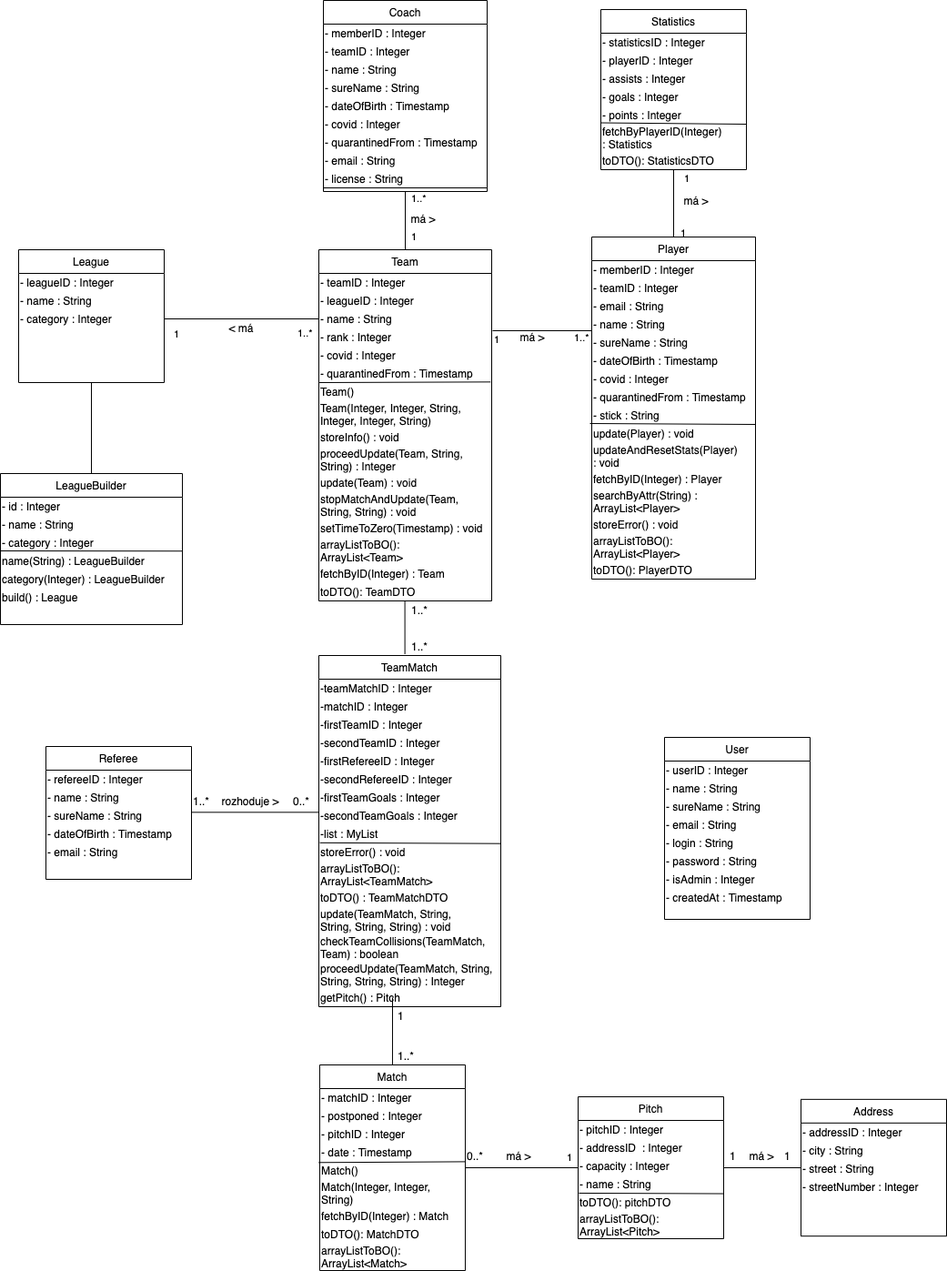
Earlier version of the draw.io export artefacts/class-business.png (alenamartinkova/cfbu-IS). Source tidied: cells renumbered, new cells last; positions are measured from the earlier drawing's top-left corner, leaving out a move shared by most shapes.
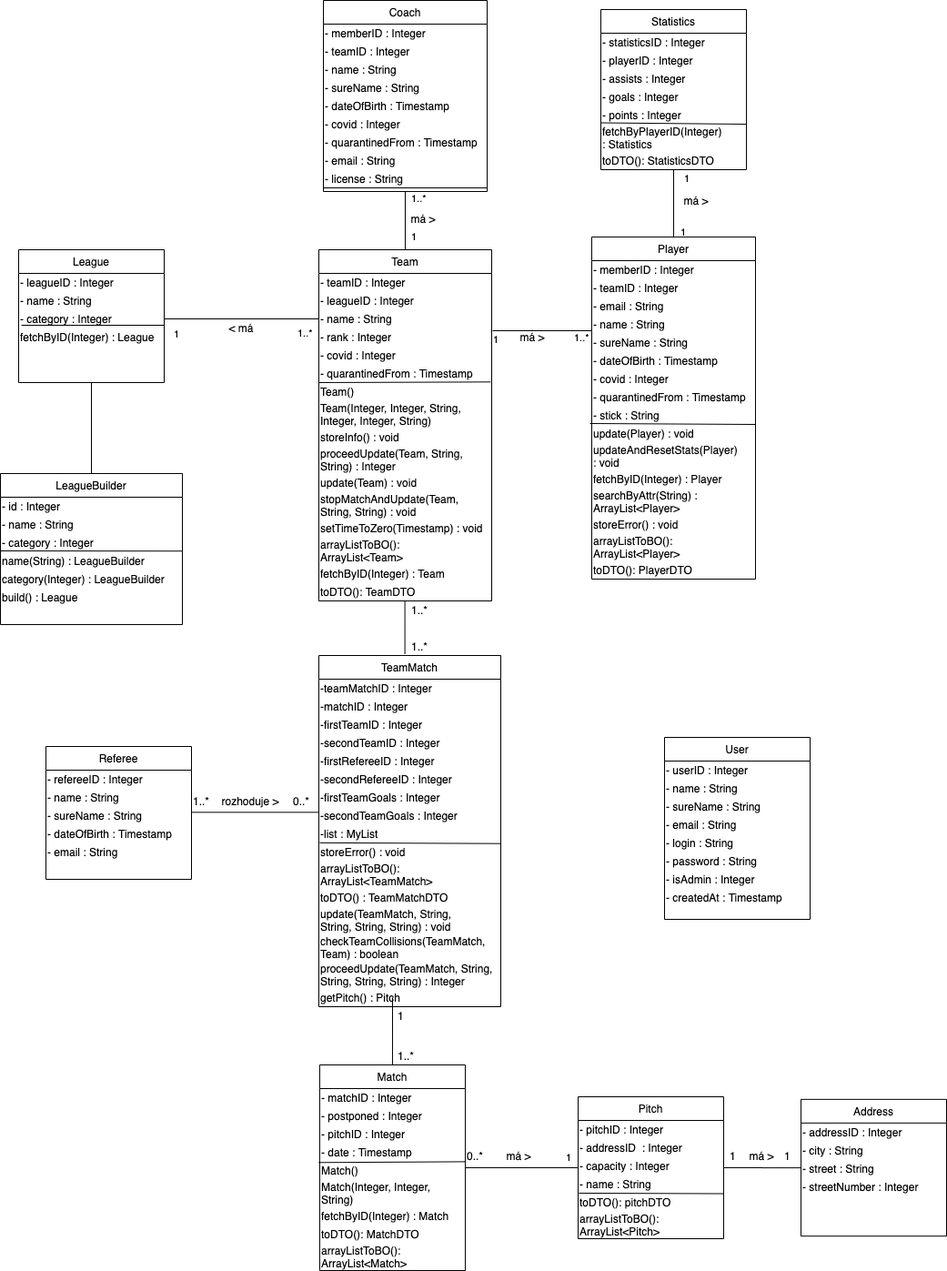
The same diagram one commit later.

Diff of the diagram source:
```diff
@@ -354,6 +354,14 @@
     <mxCell id="112" value="- category : Integer" style="text;html=1;align=left;verticalAlign=middle;points=[];" parent="109" vertex="1">
       <mxGeometry y="66" width="160" height="20" as="geometry" />
     </mxCell>
+    <mxCell id="162" value="fetchByID(Integer) : League" style="text;html=1;align=left;verticalAlign=middle;points=[];" parent="109" vertex="1">
+      <mxGeometry y="86" width="160" height="20" as="geometry" />
+    </mxCell>
+    <mxCell id="163" style="endArrow=none;html=1;entryX=1;entryY=-0.15;entryDx=0;entryDy=0;entryPerimeter=0;" parent="109" edge="1" target="162">
+      <mxGeometry relative="1" as="geometry">
+        <mxPoint x="3" y="83" as="sourcePoint" />
+      </mxGeometry>
+    </mxCell>
     <mxCell id="113" style="edgeStyle=orthogonalEdgeStyle;rounded=0;jettySize=auto;html=1;entryX=0;entryY=0.5;entryDx=0;entryDy=0;entryPerimeter=0;endArrow=none;endFill=0;endSize=25;align=left;" parent="1" edge="1" source="112" target="49">
       <mxGeometry relative="1" as="geometry" />
     </mxCell>
```
